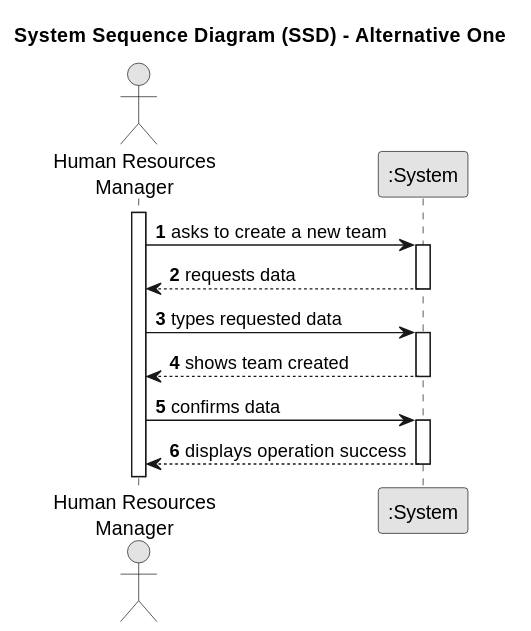
This is docs/sprintA/us005/01.requirements-engineering/svg/us005-system-sequence-diagram-alternative-one-System_Sequence_Diagram__SSD____Alternative_One.svg from Departamento-de-Engenharia-Informatica/lei-24-s2-1df-1de-g063, a PlantUML export, as it was before one commit. The source it was exported from:
```plantuml
@startuml
skinparam monochrome true
skinparam packageStyle rectangle
skinparam shadowing false

title System Sequence Diagram (SSD) - Alternative One

autonumber

actor "Human Resources\nManager" as Employee
participant ":System" as System

activate Employee

    Employee -> System : asks to create a new team
    activate System

        System --> Employee : requests data
    deactivate System

    Employee -> System : types requested data
    activate System

        System --> Employee : shows team created
    deactivate System


    Employee -> System : confirms data
    activate System

        System --> Employee : displays operation success
    deactivate System
@enduml
```
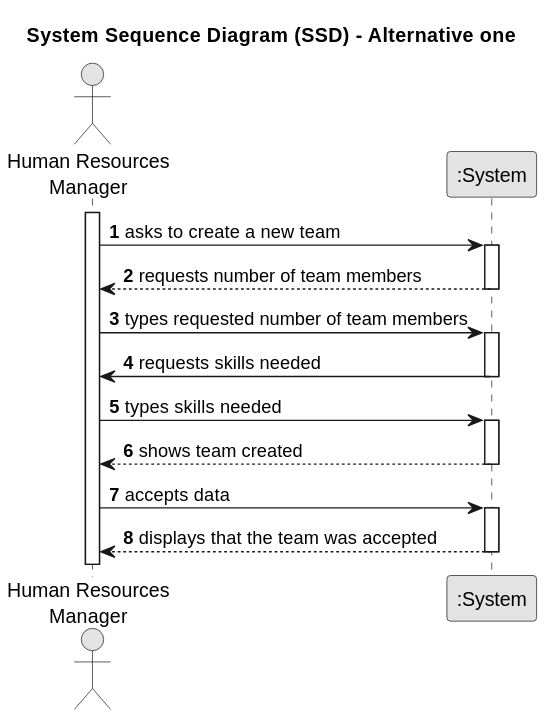
Above is the later version.

Change to the diagram source:
```diff
@@ -3,7 +3,7 @@
 skinparam packageStyle rectangle
 skinparam shadowing false
 
-title System Sequence Diagram (SSD) - Alternative One
+title System Sequence Diagram (SSD) - Alternative one
 
 autonumber
 
@@ -15,19 +15,26 @@
     Employee -> System : asks to create a new team
     activate System
 
-        System --> Employee : requests data
+        System --> Employee : requests number of team members
     deactivate System
 
-    Employee -> System : types requested data
+    Employee -> System : types requested number of team members
+    activate System
+
+    System -> Employee : requests skills needed
+    deactivate System
+
+    Employee -> System : types skills needed
+
     activate System
 
         System --> Employee : shows team created
     deactivate System
 
 
-    Employee -> System : confirms data
+    Employee -> System : accepts data
     activate System
 
-        System --> Employee : displays operation success
+        System --> Employee : displays that the team was accepted
     deactivate System
 @enduml
```
